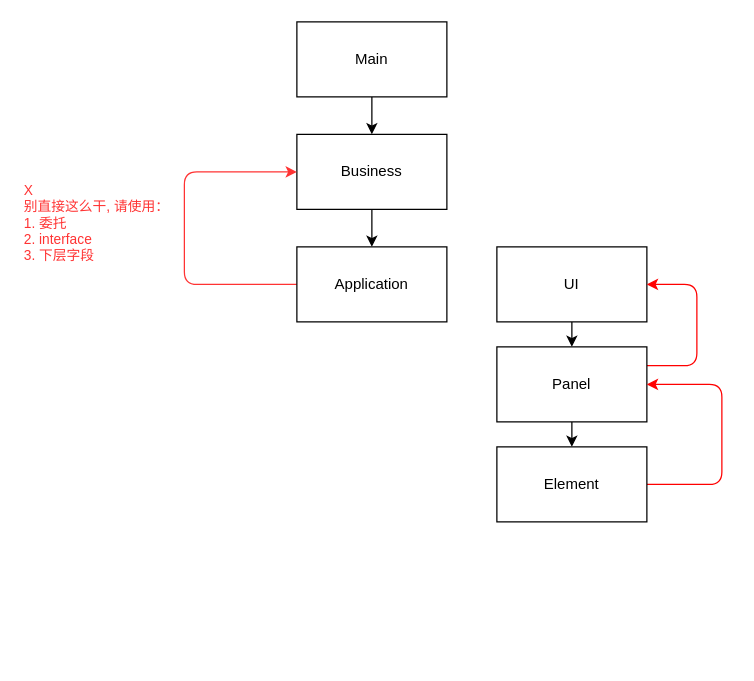
The draw.io diagram Assets/Document/Architecture.drawio in JackGuiding/Zelda, before the edit. Source tidied: cells renumbered, new cells numbered last; positions are measured from the earlier drawing's top-left corner, leaving out a move shared by most shapes. Both pictures are drawn from the tidied source at 125%, with x=0, y=0 at pixel (184, 21).
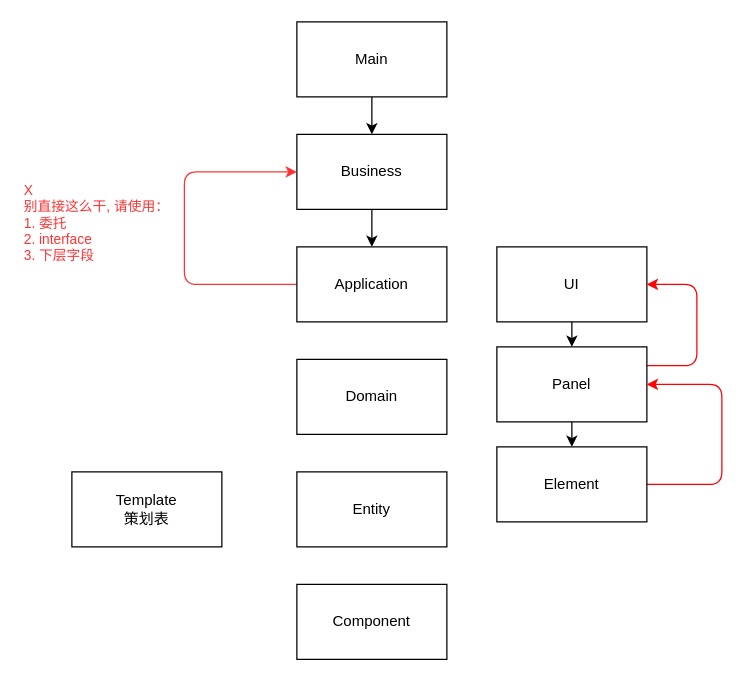
Above is the later version.

The edit, as a diff of the source:
```diff
@@
+    <mxCell id="16" value="Domain" style="rounded=0;whiteSpace=wrap;html=1;" parent="1" vertex="1">
+      <mxGeometry x="90" y="270" width="120" height="60" as="geometry" />
+    </mxCell>
+    <mxCell id="17" value="Entity" style="rounded=0;whiteSpace=wrap;html=1;" parent="1" vertex="1">
+      <mxGeometry x="90" y="360" width="120" height="60" as="geometry" />
+    </mxCell>
+    <mxCell id="18" value="Component" style="rounded=0;whiteSpace=wrap;html=1;" parent="1" vertex="1">
+      <mxGeometry x="90" y="450" width="120" height="60" as="geometry" />
+    </mxCell>
+    <mxCell id="19" value="Template&lt;br&gt;策划表" style="rounded=0;whiteSpace=wrap;html=1;" parent="1" vertex="1">
+      <mxGeometry x="-90" y="360" width="120" height="60" as="geometry" />
+    </mxCell>
```
